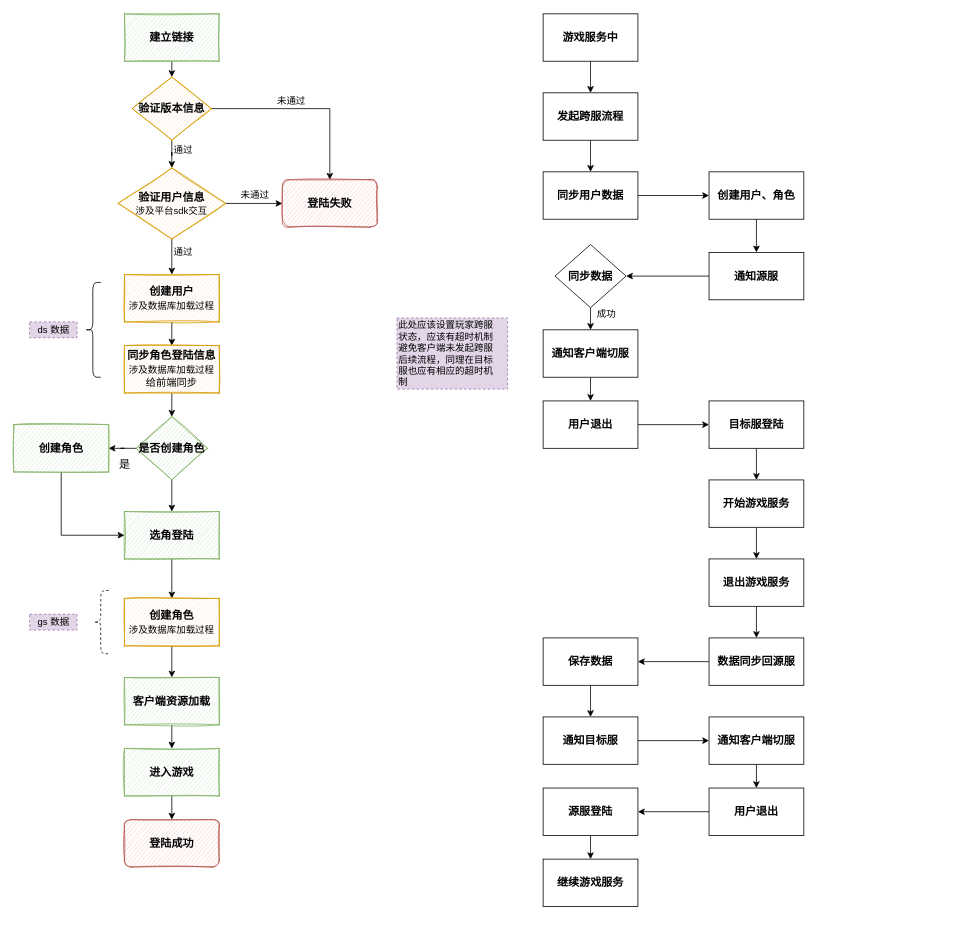
Before: page "登陆逻辑图" (10 of 13) of i-server.drawio in hsoul/lqua, a draw.io diagram. Source tidied: cells renumbered, new cells numbered last; positions are measured from the earlier drawing's top-left corner, leaving out a move shared by most shapes. Both pictures are drawn from the tidied source at 79%, with x=0, y=0 at pixel (13, 13).
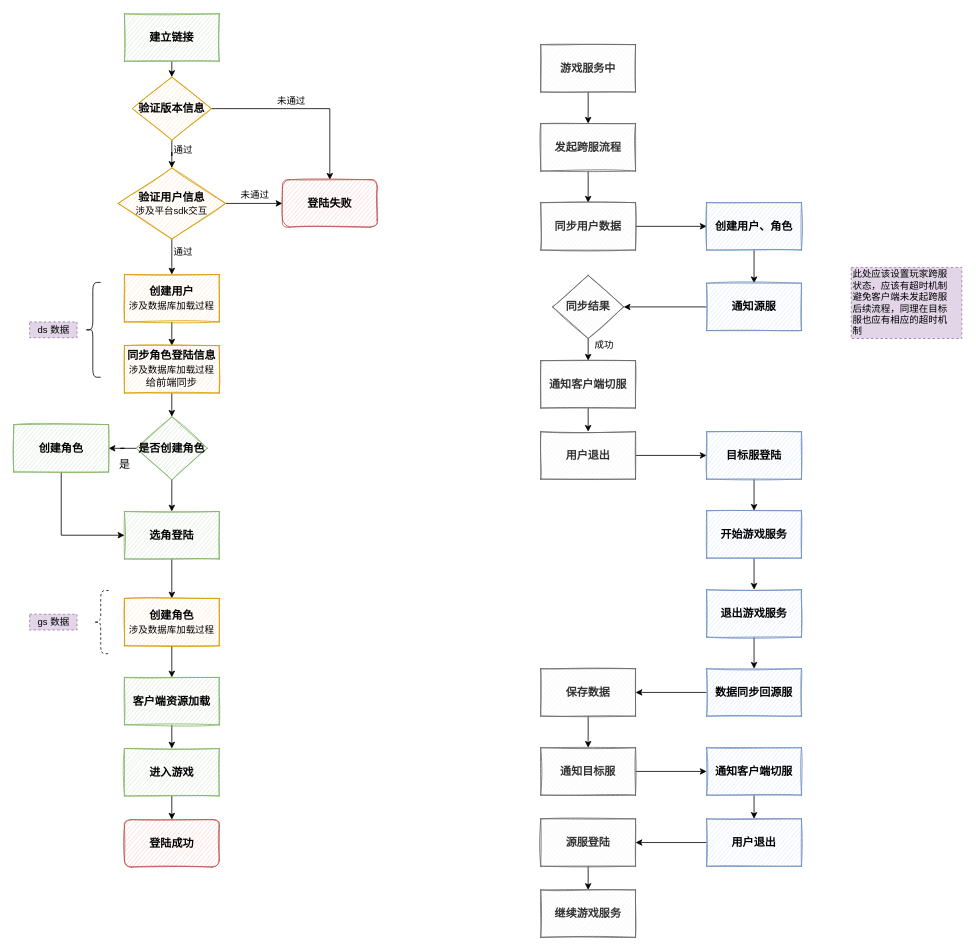
The same page after the edit.

Diff of the diagram source:
```diff
@@
-    <mxCell id="35" value="游戏服务中" style="rounded=0;whiteSpace=wrap;html=1;sketch=0;fontSize=14;fontStyle=1;" parent="1" vertex="1">
-      <mxGeometry x="670" width="120" height="60" as="geometry" />
+    <mxCell id="35" value="游戏服务中" style="rounded=0;whiteSpace=wrap;html=1;sketch=1;fontSize=14;fontStyle=1;fillColor=#f5f5f5;strokeColor=#666666;shadow=0;fontColor=#333333;" parent="1" vertex="1">
+      <mxGeometry x="667" y="39" width="120" height="60" as="geometry" />
     </mxCell>
@@
-    <mxCell id="37" value="发起跨服流程" style="rounded=0;whiteSpace=wrap;html=1;sketch=0;fontSize=14;fontStyle=1;" parent="1" vertex="1">
-      <mxGeometry x="670" y="100" width="120" height="60" as="geometry" />
+    <mxCell id="37" value="发起跨服流程" style="rounded=0;whiteSpace=wrap;html=1;sketch=1;fontSize=14;fontStyle=1;fillColor=#f5f5f5;strokeColor=#666666;shadow=0;fontColor=#333333;" parent="1" vertex="1">
+      <mxGeometry x="667" y="139" width="120" height="60" as="geometry" />
     </mxCell>
@@
-    <mxCell id="39" value="同步用户数据" style="rounded=0;whiteSpace=wrap;html=1;sketch=0;fontSize=14;fontStyle=1;" parent="1" vertex="1">
-      <mxGeometry x="670" y="200" width="120" height="60" as="geometry" />
+    <mxCell id="39" value="同步用户数据" style="rounded=0;whiteSpace=wrap;html=1;sketch=1;fontSize=14;fontStyle=1;fillColor=#f5f5f5;strokeColor=#666666;shadow=0;fontColor=#333333;" parent="1" vertex="1">
+      <mxGeometry x="667" y="239" width="120" height="60" as="geometry" />
     </mxCell>
@@
-    <mxCell id="41" value="创建用户、角色" style="rounded=0;whiteSpace=wrap;html=1;sketch=0;fontSize=14;fontStyle=1;" parent="1" vertex="1">
-      <mxGeometry x="880" y="200" width="120" height="60" as="geometry" />
+    <mxCell id="41" value="创建用户、角色" style="rounded=0;whiteSpace=wrap;html=1;sketch=1;fontSize=14;fontStyle=1;fillColor=#dae8fc;strokeColor=#6c8ebf;" parent="1" vertex="1">
+      <mxGeometry x="877" y="239" width="120" height="60" as="geometry" />
     </mxCell>
@@
-    <mxCell id="43" value="通知源服" style="rounded=0;whiteSpace=wrap;html=1;sketch=0;fontSize=14;fontStyle=1;" parent="1" vertex="1">
-      <mxGeometry x="880" y="302" width="120" height="60" as="geometry" />
+    <mxCell id="43" value="通知源服" style="rounded=0;whiteSpace=wrap;html=1;sketch=1;fontSize=14;fontStyle=1;fillColor=#dae8fc;strokeColor=#6c8ebf;" parent="1" vertex="1">
+      <mxGeometry x="877" y="341" width="120" height="60" as="geometry" />
     </mxCell>
@@
-    <mxCell id="45" value="用户退出" style="rounded=0;whiteSpace=wrap;html=1;sketch=0;fontSize=14;fontStyle=1;" parent="1" vertex="1">
-      <mxGeometry x="670" y="490" width="120" height="60" as="geometry" />
+    <mxCell id="45" value="用户退出" style="rounded=0;whiteSpace=wrap;html=1;sketch=1;fontSize=14;fontStyle=1;fillColor=#f5f5f5;strokeColor=#666666;shadow=0;fontColor=#333333;" parent="1" vertex="1">
+      <mxGeometry x="667" y="529" width="120" height="60" as="geometry" />
     </mxCell>
@@
-    <mxCell id="47" value="目标服登陆" style="rounded=0;whiteSpace=wrap;html=1;sketch=0;fontSize=14;fontStyle=1;" parent="1" vertex="1">
-      <mxGeometry x="880" y="490" width="120" height="60" as="geometry" />
+    <mxCell id="47" value="目标服登陆" style="rounded=0;whiteSpace=wrap;html=1;sketch=1;fontSize=14;fontStyle=1;fillColor=#dae8fc;strokeColor=#6c8ebf;" parent="1" vertex="1">
+      <mxGeometry x="877" y="529" width="120" height="60" as="geometry" />
     </mxCell>
@@
-    <mxCell id="49" value="退出游戏服务" style="rounded=0;whiteSpace=wrap;html=1;sketch=0;fontSize=14;fontStyle=1;" parent="1" vertex="1">
-      <mxGeometry x="880" y="690" width="120" height="60" as="geometry" />
+    <mxCell id="49" value="退出游戏服务" style="rounded=0;whiteSpace=wrap;html=1;sketch=1;fontSize=14;fontStyle=1;fillColor=#dae8fc;strokeColor=#6c8ebf;" parent="1" vertex="1">
+      <mxGeometry x="877" y="729" width="120" height="60" as="geometry" />
     </mxCell>
@@
-    <mxCell id="51" value="数据同步回源服" style="rounded=0;whiteSpace=wrap;html=1;sketch=0;fontSize=14;fontStyle=1;" parent="1" vertex="1">
-      <mxGeometry x="880" y="790" width="120" height="60" as="geometry" />
+    <mxCell id="51" value="数据同步回源服" style="rounded=0;whiteSpace=wrap;html=1;sketch=1;fontSize=14;fontStyle=1;fillColor=#dae8fc;strokeColor=#6c8ebf;" parent="1" vertex="1">
+      <mxGeometry x="877" y="829" width="120" height="60" as="geometry" />
     </mxCell>
@@
-    <mxCell id="53" value="开始游戏服务" style="rounded=0;whiteSpace=wrap;html=1;sketch=0;fontSize=14;fontStyle=1;" parent="1" vertex="1">
-      <mxGeometry x="880" y="590" width="120" height="60" as="geometry" />
+    <mxCell id="53" value="开始游戏服务" style="rounded=0;whiteSpace=wrap;html=1;sketch=1;fontSize=14;fontStyle=1;fillColor=#dae8fc;strokeColor=#6c8ebf;" parent="1" vertex="1">
+      <mxGeometry x="877" y="629" width="120" height="60" as="geometry" />
     </mxCell>
@@
-    <mxCell id="55" value="保存数据" style="rounded=0;whiteSpace=wrap;html=1;sketch=0;fontSize=14;fontStyle=1;" parent="1" vertex="1">
-      <mxGeometry x="670" y="790" width="120" height="60" as="geometry" />
+    <mxCell id="55" value="保存数据" style="rounded=0;whiteSpace=wrap;html=1;sketch=1;fontSize=14;fontStyle=1;fillColor=#f5f5f5;strokeColor=#666666;shadow=0;fontColor=#333333;" parent="1" vertex="1">
+      <mxGeometry x="667" y="829" width="120" height="60" as="geometry" />
     </mxCell>
@@
-    <mxCell id="57" value="同步数据" style="rhombus;whiteSpace=wrap;html=1;sketch=0;fontSize=14;fontStyle=1;" parent="1" vertex="1">
-      <mxGeometry x="685" y="292" width="90" height="80" as="geometry" />
+    <mxCell id="57" value="同步结果" style="rhombus;whiteSpace=wrap;html=1;sketch=1;fontSize=14;fontStyle=1;fillColor=#f5f5f5;strokeColor=#666666;shadow=0;fontColor=#333333;" parent="1" vertex="1">
+      <mxGeometry x="682" y="331" width="90" height="80" as="geometry" />
     </mxCell>
@@
-    <mxCell id="59" value="通知客户端切服" style="rounded=0;whiteSpace=wrap;html=1;sketch=0;fontSize=14;fontStyle=1;" parent="1" vertex="1">
-      <mxGeometry x="880" y="890" width="120" height="60" as="geometry" />
+    <mxCell id="59" value="通知客户端切服" style="rounded=0;whiteSpace=wrap;html=1;sketch=1;fontSize=14;fontStyle=1;fillColor=#dae8fc;strokeColor=#6c8ebf;" parent="1" vertex="1">
+      <mxGeometry x="877" y="929" width="120" height="60" as="geometry" />
     </mxCell>
@@
-    <mxCell id="61" value="通知客户端切服" style="rounded=0;whiteSpace=wrap;html=1;sketch=0;fontSize=14;fontStyle=1;" parent="1" vertex="1">
-      <mxGeometry x="670" y="400" width="120" height="60" as="geometry" />
+    <mxCell id="61" value="通知客户端切服" style="rounded=0;whiteSpace=wrap;html=1;sketch=1;fontSize=14;fontStyle=1;fillColor=#f5f5f5;strokeColor=#666666;shadow=0;fontColor=#333333;" parent="1" vertex="1">
+      <mxGeometry x="667" y="439" width="120" height="60" as="geometry" />
     </mxCell>
@@
-    <mxCell id="63" value="通知目标服" style="rounded=0;whiteSpace=wrap;html=1;sketch=0;fontSize=14;fontStyle=1;" parent="1" vertex="1">
-      <mxGeometry x="670" y="890" width="120" height="60" as="geometry" />
+    <mxCell id="63" value="通知目标服" style="rounded=0;whiteSpace=wrap;html=1;sketch=1;fontSize=14;fontStyle=1;fillColor=#f5f5f5;strokeColor=#666666;shadow=0;fontColor=#333333;" parent="1" vertex="1">
+      <mxGeometry x="667" y="929" width="120" height="60" as="geometry" />
     </mxCell>
@@
-    <mxCell id="65" value="用户退出" style="rounded=0;whiteSpace=wrap;html=1;sketch=0;fontSize=14;fontStyle=1;" parent="1" vertex="1">
-      <mxGeometry x="880" y="980" width="120" height="60" as="geometry" />
+    <mxCell id="65" value="用户退出" style="rounded=0;whiteSpace=wrap;html=1;sketch=1;fontSize=14;fontStyle=1;fillColor=#dae8fc;strokeColor=#6c8ebf;" parent="1" vertex="1">
+      <mxGeometry x="877" y="1019" width="120" height="60" as="geometry" />
     </mxCell>
@@
-    <mxCell id="67" value="源服登陆" style="rounded=0;whiteSpace=wrap;html=1;sketch=0;fontSize=14;fontStyle=1;" parent="1" vertex="1">
-      <mxGeometry x="670" y="980" width="120" height="60" as="geometry" />
+    <mxCell id="67" value="源服登陆" style="rounded=0;whiteSpace=wrap;html=1;sketch=1;fontSize=14;fontStyle=1;fillColor=#f5f5f5;strokeColor=#666666;shadow=0;fontColor=#333333;" parent="1" vertex="1">
+      <mxGeometry x="667" y="1019" width="120" height="60" as="geometry" />
     </mxCell>
-    <mxCell id="68" value="继续游戏服务" style="rounded=0;whiteSpace=wrap;html=1;sketch=0;fontSize=14;fontStyle=1;" parent="1" vertex="1">
-      <mxGeometry x="670" y="1070" width="120" height="60" as="geometry" />
+    <mxCell id="68" value="继续游戏服务" style="rounded=0;whiteSpace=wrap;html=1;sketch=1;fontSize=14;fontStyle=1;fillColor=#f5f5f5;strokeColor=#666666;shadow=0;fontColor=#333333;" parent="1" vertex="1">
+      <mxGeometry x="667" y="1109" width="120" height="60" as="geometry" />
     </mxCell>
     <mxCell id="69" value="成功" style="text;html=1;align=center;verticalAlign=middle;fontSize=12;" parent="1" vertex="1">
-      <mxGeometry x="730" y="370" width="40" height="20" as="geometry" />
+      <mxGeometry x="727" y="409" width="40" height="20" as="geometry" />
     </mxCell>
     <mxCell id="70" value="此处应该设置玩家跨服&lt;br&gt;状态，应该有超时机制&lt;br&gt;避免客户端未发起跨服&lt;br&gt;后续流程，同理在目标&lt;br&gt;服也应有相应的超时机&lt;br&gt;制" style="text;html=1;align=left;verticalAlign=middle;fillColor=#e1d5e7;rounded=0;glass=0;sketch=0;dashed=1;strokeColor=#9673a6;" parent="1" vertex="1">
-      <mxGeometry x="485" y="385" width="140" height="90" as="geometry" />
+      <mxGeometry x="1060" y="321" width="140" height="90" as="geometry" />
     </mxCell>
```
